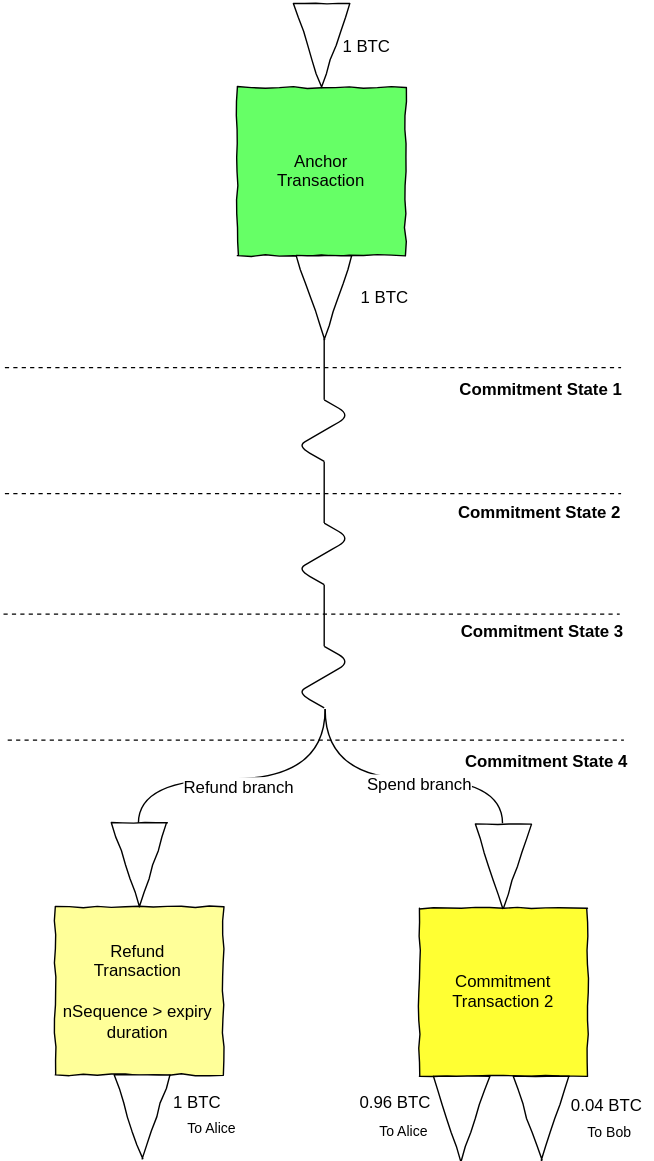
Before: Simple_Channel4.svg, a diagram exported from draw.io (PayChan/bitcoin-payment-channels-taxonomy). Source tidied: cells renumbered, new cells last; positions are measured from the earlier drawing's top-left corner, leaving out a move shared by most shapes. The source it was exported from:
```xml
<mxGraphModel background="#ffffff">
  <root>
    <mxCell id="0" />
    <mxCell id="1" parent="0" />
    <mxCell id="2" value="Anchor&lt;div&gt;Transaction&lt;/div&gt;" style="whiteSpace=wrap;html=1;comic=1;fillColor=#66FF66;" parent="1" vertex="1">
      <mxGeometry x="167" y="50" width="120" height="120" as="geometry" />
    </mxCell>
    <mxCell id="3" style="triangle;whiteSpace=wrap;html=1;comic=1;rotation=90;" parent="1" vertex="1">
      <mxGeometry x="197" width="60" height="40" as="geometry" />
    </mxCell>
    <mxCell id="4" style="triangle;whiteSpace=wrap;html=1;comic=1;rotation=90;" parent="1" vertex="1">
      <mxGeometry x="199" y="180" width="60" height="40" as="geometry" />
    </mxCell>
    <mxCell id="5" value="1 BTC" style="text;html=1;strokeColor=none;fillColor=none;align=center;verticalAlign=middle;whiteSpace=wrap;overflow=hidden;comic=1;" parent="1" vertex="1">
      <mxGeometry x="238" width="42" height="39" as="geometry" />
    </mxCell>
    <mxCell id="6" value="1 BTC" style="text;html=1;strokeColor=none;fillColor=none;align=center;verticalAlign=middle;whiteSpace=wrap;overflow=hidden;comic=1;" parent="1" vertex="1">
      <mxGeometry x="248" y="180" width="48" height="39" as="geometry" />
    </mxCell>
    <mxCell id="7" style="endArrow=none;html=1;edgeStyle=orthogonalEdgeStyle;endFill=0;curved=1;exitX=1;exitY=0.5;entryX=0;entryY=0.5;" parent="1" edge="1" target="17">
      <mxGeometry x="921" y="3124" as="geometry">
        <mxPoint x="229.7" y="493.7" as="sourcePoint" />
        <Array as="points">
          <mxPoint x="229" y="543.6" />
          <mxPoint x="356" y="543.6" />
        </Array>
      </mxGeometry>
    </mxCell>
    <mxCell id="8" value="Spend branch" style="text;html=1;align=center;verticalAlign=middle;labelBackgroundColor=#ffffff;" parent="7" vertex="1">
      <mxGeometry relative="1" as="geometry">
        <mxPoint x="12" y="2" as="offset" />
      </mxGeometry>
    </mxCell>
    <mxCell id="9" value="Spend branch" style="text;html=1;align=center;verticalAlign=middle;labelBackgroundColor=#ffffff;" parent="1" vertex="1">
      <mxGeometry x="296.7" y="545.7" as="geometry">
        <mxPoint x="12" y="2" as="offset" />
      </mxGeometry>
    </mxCell>
    <mxCell id="10" style="endArrow=none;html=1;edgeStyle=orthogonalEdgeStyle;endFill=0;curved=1;exitX=1;exitY=0.5;entryX=0;entryY=0.5;" parent="1" edge="1" target="14">
      <mxGeometry x="631" y="3134" as="geometry">
        <mxPoint x="229.7" y="493.7" as="sourcePoint" />
        <Array as="points">
          <mxPoint x="229" y="543.6" />
          <mxPoint x="96" y="543.6" />
        </Array>
      </mxGeometry>
    </mxCell>
    <mxCell id="11" value="Refund branch" style="text;html=1;align=center;verticalAlign=middle;labelBackgroundColor=#ffffff;" parent="10" vertex="1">
      <mxGeometry relative="1" as="geometry">
        <mxPoint x="-4" y="4" as="offset" />
      </mxGeometry>
    </mxCell>
    <mxCell id="12" value="Refund branch" style="text;html=1;align=center;verticalAlign=middle;labelBackgroundColor=#ffffff;" parent="1" vertex="1">
      <mxGeometry x="167.3" y="547.7" as="geometry">
        <mxPoint x="-4" y="4" as="offset" />
      </mxGeometry>
    </mxCell>
    <mxCell id="13" value="&lt;span&gt;Refund&lt;/span&gt;&lt;div&gt;Transaction&lt;/div&gt;&lt;div&gt;&lt;br&gt;&lt;/div&gt;&lt;div&gt;nSequence &amp;gt; expiry duration&lt;/div&gt;" style="whiteSpace=wrap;html=1;comic=1;fillColor=#FFFF99;" parent="1" vertex="1">
      <mxGeometry x="37" y="635" width="120" height="120" as="geometry" />
    </mxCell>
    <mxCell id="14" style="triangle;whiteSpace=wrap;html=1;comic=1;rotation=90;" parent="1" vertex="1">
      <mxGeometry x="67" y="585" width="60" height="40" as="geometry" />
    </mxCell>
    <mxCell id="15" style="triangle;whiteSpace=wrap;html=1;comic=1;rotation=90;" parent="1" vertex="1">
      <mxGeometry x="69" y="765" width="60" height="40" as="geometry" />
    </mxCell>
    <mxCell id="16" value="Commitment&lt;div&gt;Transaction 2&lt;/div&gt;" style="whiteSpace=wrap;html=1;comic=1;fillColor=#FFFF33;" parent="1" vertex="1">
      <mxGeometry x="297" y="636" width="120" height="120" as="geometry" />
    </mxCell>
    <mxCell id="17" style="triangle;whiteSpace=wrap;html=1;comic=1;rotation=90;" parent="1" vertex="1">
      <mxGeometry x="327" y="586" width="60" height="40" as="geometry" />
    </mxCell>
    <mxCell id="18" style="triangle;whiteSpace=wrap;html=1;comic=1;rotation=90;" parent="1" vertex="1">
      <mxGeometry x="297" y="766" width="60" height="40" as="geometry" />
    </mxCell>
    <mxCell id="19" style="triangle;whiteSpace=wrap;html=1;comic=1;rotation=90;" parent="1" vertex="1">
      <mxGeometry x="354" y="766" width="60" height="40" as="geometry" />
    </mxCell>
    <mxCell id="20" value="&lt;div&gt;0.96 BTC&lt;/div&gt;" style="text;html=1;strokeColor=none;fillColor=none;align=center;verticalAlign=middle;whiteSpace=wrap;overflow=hidden;comic=1;" parent="1" vertex="1">
      <mxGeometry x="250" y="755" width="57" height="39" as="geometry" />
    </mxCell>
    <mxCell id="21" value="&lt;div&gt;0.04 BTC&lt;/div&gt;" style="text;html=1;strokeColor=none;fillColor=none;align=center;verticalAlign=middle;whiteSpace=wrap;overflow=hidden;comic=1;" parent="1" vertex="1">
      <mxGeometry x="401" y="756" width="57" height="39" as="geometry" />
    </mxCell>
    <mxCell id="22" value="1 BTC" style="text;html=1;strokeColor=none;fillColor=none;align=center;verticalAlign=middle;whiteSpace=wrap;overflow=hidden;comic=1;" parent="1" vertex="1">
      <mxGeometry x="114" y="755" width="48" height="39" as="geometry" />
    </mxCell>
    <mxCell id="23" value="&lt;font style=&quot;font-size: 10px&quot;&gt;To Alice&lt;/font&gt;" style="text;html=1;strokeColor=none;fillColor=none;align=center;verticalAlign=middle;whiteSpace=wrap;overflow=hidden;" parent="1" vertex="1">
      <mxGeometry x="119" y="781.6" width="59" height="20" as="geometry" />
    </mxCell>
    <mxCell id="24" value="&lt;font style=&quot;font-size: 10px&quot;&gt;To Alice&lt;/font&gt;" style="text;html=1;strokeColor=none;fillColor=none;align=center;verticalAlign=middle;whiteSpace=wrap;overflow=hidden;" parent="1" vertex="1">
      <mxGeometry x="256" y="783.6" width="59" height="20" as="geometry" />
    </mxCell>
    <mxCell id="25" value="&lt;font style=&quot;font-size: 10px&quot;&gt;To Bob&lt;/font&gt;" style="text;html=1;strokeColor=none;fillColor=none;align=center;verticalAlign=middle;whiteSpace=wrap;overflow=hidden;" parent="1" vertex="1">
      <mxGeometry x="403" y="784.6" width="59" height="20" as="geometry" />
    </mxCell>
    <mxCell id="26" style="endArrow=none;html=1;endFill=0;" parent="1" edge="1">
      <mxGeometry x="906" y="2850" as="geometry">
        <mxPoint x="229" y="229" as="sourcePoint" />
        <mxPoint x="229" y="273" as="targetPoint" />
      </mxGeometry>
    </mxCell>
    <mxCell id="27" style="endArrow=none;html=1;endFill=0;dashed=1;" parent="1" edge="1">
      <mxGeometry x="680" y="3137" as="geometry">
        <mxPoint x="3" y="516" as="sourcePoint" />
        <mxPoint x="443" y="516" as="targetPoint" />
      </mxGeometry>
    </mxCell>
    <mxCell id="28" style="endArrow=none;html=1;endFill=0;dashed=1;" parent="1" edge="1">
      <mxGeometry x="678" y="2871" as="geometry">
        <mxPoint x="1" y="250" as="sourcePoint" />
        <mxPoint x="441" y="250" as="targetPoint" />
      </mxGeometry>
    </mxCell>
    <mxCell id="29" style="endArrow=none;html=1;endFill=0;" parent="1" edge="1">
      <mxGeometry x="906" y="2938" as="geometry">
        <mxPoint x="229" y="317" as="sourcePoint" />
        <mxPoint x="229" y="361" as="targetPoint" />
      </mxGeometry>
    </mxCell>
    <mxCell id="30" style="endArrow=none;html=1;endFill=0;edgeStyle=isometricEdgeStyle;elbow=vertical;" parent="1" edge="1">
      <mxGeometry x="906" y="2894" as="geometry">
        <mxPoint x="229" y="273" as="sourcePoint" />
        <mxPoint x="229" y="317" as="targetPoint" />
      </mxGeometry>
    </mxCell>
    <mxCell id="31" style="endArrow=none;html=1;endFill=0;" parent="1" edge="1">
      <mxGeometry x="906" y="3026" as="geometry">
        <mxPoint x="229" y="405" as="sourcePoint" />
        <mxPoint x="229" y="449" as="targetPoint" />
      </mxGeometry>
    </mxCell>
    <mxCell id="32" style="endArrow=none;html=1;endFill=0;edgeStyle=isometricEdgeStyle;elbow=vertical;" parent="1" edge="1">
      <mxGeometry x="906" y="2982" as="geometry">
        <mxPoint x="229" y="361" as="sourcePoint" />
        <mxPoint x="229" y="405" as="targetPoint" />
      </mxGeometry>
    </mxCell>
    <mxCell id="33" style="endArrow=none;html=1;endFill=0;dashed=1;" parent="1" edge="1">
      <mxGeometry x="678" y="2961" as="geometry">
        <mxPoint x="1" y="340" as="sourcePoint" />
        <mxPoint x="441" y="340" as="targetPoint" />
      </mxGeometry>
    </mxCell>
    <mxCell id="34" style="endArrow=none;html=1;endFill=0;edgeStyle=isometricEdgeStyle;elbow=vertical;" parent="1" edge="1">
      <mxGeometry x="906" y="3070" as="geometry">
        <mxPoint x="229" y="449" as="sourcePoint" />
        <mxPoint x="229" y="493" as="targetPoint" />
      </mxGeometry>
    </mxCell>
    <mxCell id="35" style="endArrow=none;html=1;endFill=0;dashed=1;" parent="1" edge="1">
      <mxGeometry x="677" y="3047" as="geometry">
        <mxPoint y="426" as="sourcePoint" />
        <mxPoint x="440" y="426" as="targetPoint" />
      </mxGeometry>
    </mxCell>
    <mxCell id="36" value="&lt;b&gt;Commitment State 1&lt;/b&gt;" style="text;html=1;strokeColor=none;fillColor=none;align=center;verticalAlign=middle;whiteSpace=wrap;overflow=hidden;" parent="1" vertex="1">
      <mxGeometry x="306.7" y="255" width="153" height="20" as="geometry" />
    </mxCell>
    <mxCell id="37" value="&lt;b&gt;Commitment State 2&lt;/b&gt;" style="text;html=1;strokeColor=none;fillColor=none;align=center;verticalAlign=middle;whiteSpace=wrap;overflow=hidden;" parent="1" vertex="1">
      <mxGeometry x="305.7" y="343" width="153" height="20" as="geometry" />
    </mxCell>
    <mxCell id="38" value="&lt;b&gt;Commitment State 3&lt;/b&gt;" style="text;html=1;strokeColor=none;fillColor=none;align=center;verticalAlign=middle;whiteSpace=wrap;overflow=hidden;" parent="1" vertex="1">
      <mxGeometry x="307.7" y="428" width="153" height="20" as="geometry" />
    </mxCell>
    <mxCell id="39" value="&lt;b&gt;Commitment State 4&lt;/b&gt;" style="text;html=1;strokeColor=none;fillColor=none;align=center;verticalAlign=middle;whiteSpace=wrap;overflow=hidden;" parent="1" vertex="1">
      <mxGeometry x="310.7" y="521" width="153" height="20" as="geometry" />
    </mxCell>
  </root>
</mxGraphModel>
```
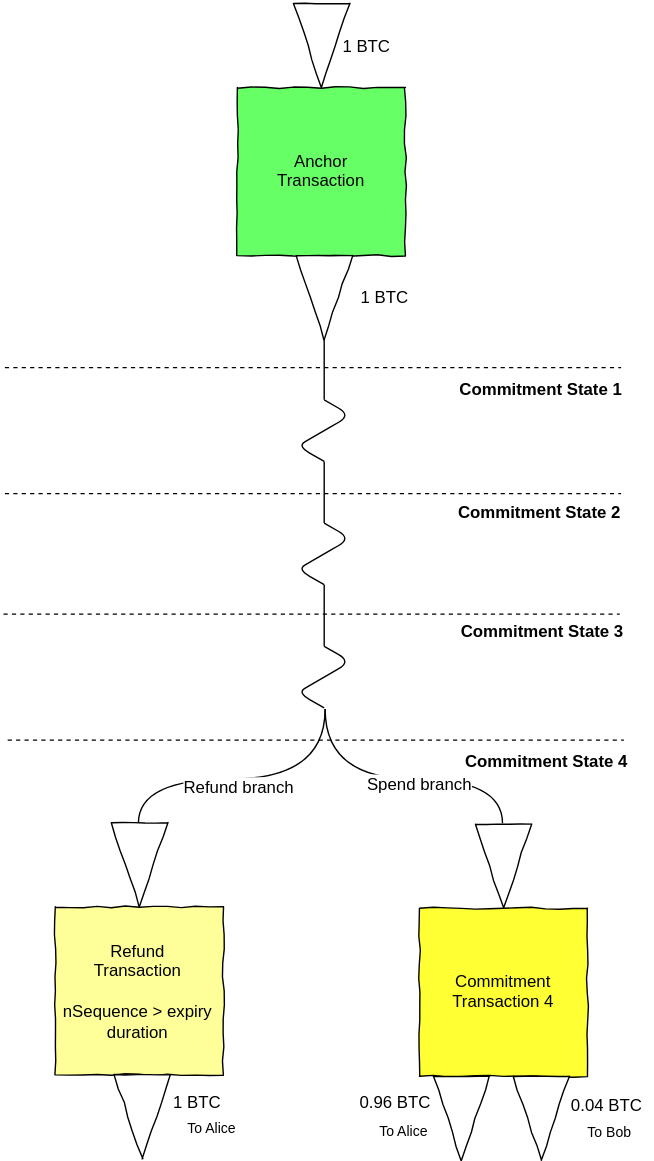
After the commit.

What changed in the source:
```diff
@@ -64,7 +64,7 @@
     <mxCell id="15" style="triangle;whiteSpace=wrap;html=1;comic=1;rotation=90;" parent="1" vertex="1">
       <mxGeometry x="69" y="765" width="60" height="40" as="geometry" />
     </mxCell>
-    <mxCell id="16" value="Commitment&lt;div&gt;Transaction 2&lt;/div&gt;" style="whiteSpace=wrap;html=1;comic=1;fillColor=#FFFF33;" parent="1" vertex="1">
+    <mxCell id="16" value="Commitment&lt;div&gt;Transaction 4&lt;/div&gt;" style="whiteSpace=wrap;html=1;comic=1;fillColor=#FFFF33;" parent="1" vertex="1">
       <mxGeometry x="297" y="636" width="120" height="120" as="geometry" />
     </mxCell>
     <mxCell id="17" style="triangle;whiteSpace=wrap;html=1;comic=1;rotation=90;" parent="1" vertex="1">
```
